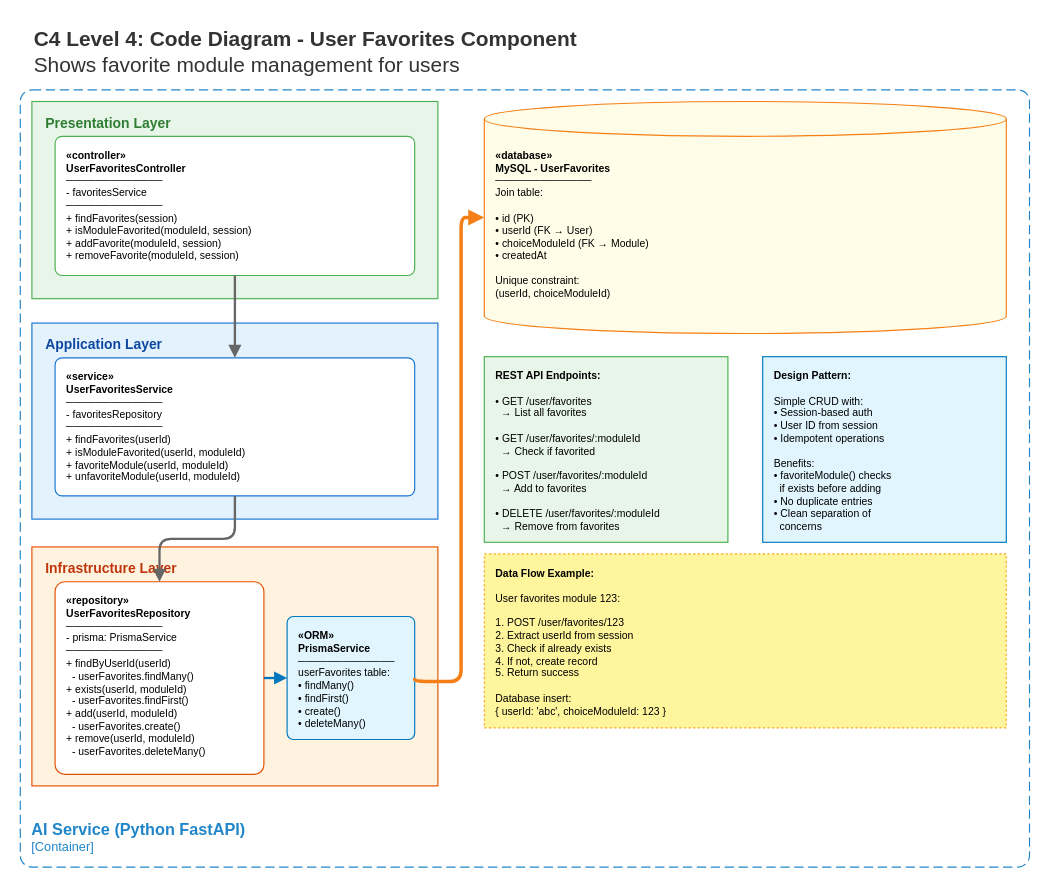
Before: page "User Favorites" (4 of 7) of C4-Model/Level 4.drawio in CompassGPT/Documentation, a draw.io diagram. Source tidied: cells renumbered, new cells numbered last; positions are measured from the earlier drawing's top-left corner, leaving out a move shared by most shapes. Both pictures are drawn from the tidied source at 116%, with x=0, y=0 at pixel (20, 20).
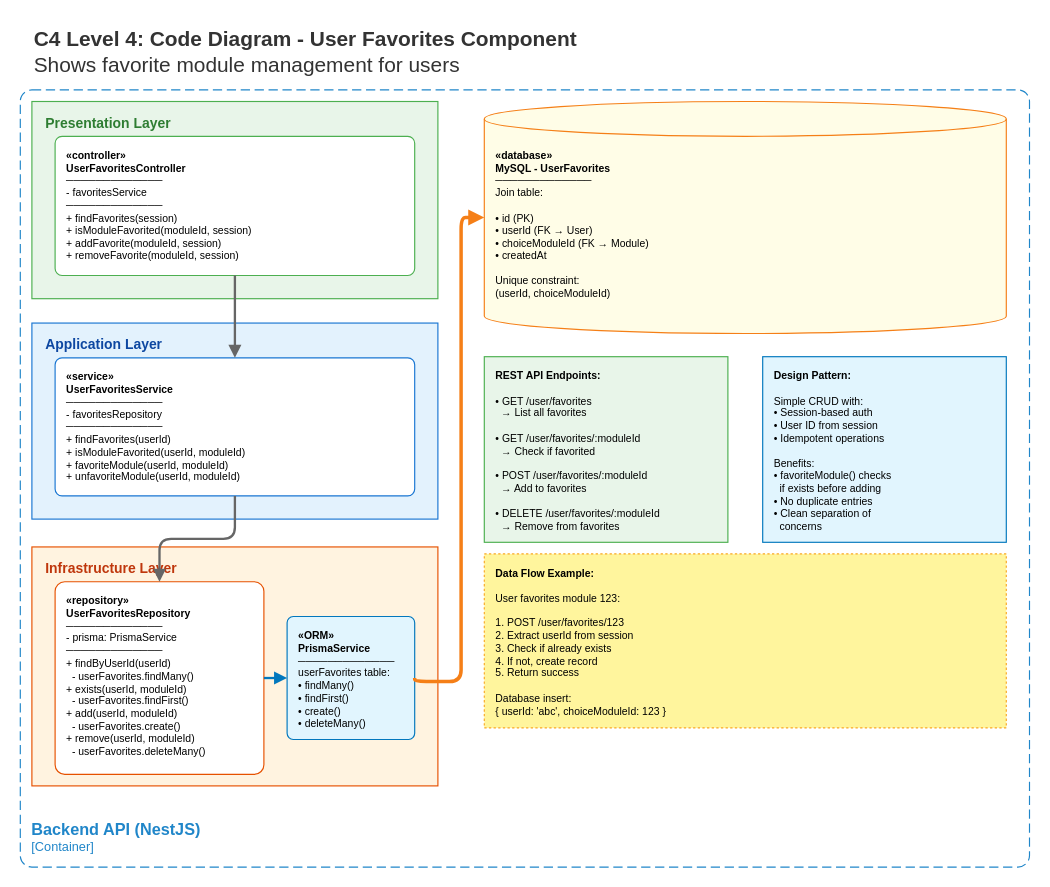
Above is the later version.

Commit message (it also covers changes not shown here):
Update labels for Backend API (NestJS) in Level 4 diagram for consistency

What changed in the source:
```diff
@@
-    <mxCell id="18" value="&lt;font style=&quot;font-size: 14px&quot;&gt;&lt;b&gt;&lt;div style=&quot;text-align: left&quot;&gt;AI Service (Python FastAPI)&lt;/div&gt;&lt;/b&gt;&lt;/font&gt;&lt;div style=&quot;text-align: left&quot;&gt;[Container]&lt;/div&gt;" style="rounded=1;fontSize=11;whiteSpace=wrap;html=1;dashed=1;arcSize=20;fillColor=none;strokeColor=#2086C9;fontColor=#2086C9;labelBackgroundColor=none;align=left;verticalAlign=bottom;labelBorderColor=none;spacingTop=0;spacing=10;dashPattern=8 4;perimeter=rectanglePerimeter;noLabel=0;labelPadding=0;absoluteArcSize=1;" parent="1" vertex="1">
+    <mxCell id="18" value="&lt;font style=&quot;font-size: 14px&quot;&gt;&lt;b&gt;&lt;div style=&quot;text-align: left&quot;&gt;Backend API (NestJS)&lt;/div&gt;&lt;/b&gt;&lt;/font&gt;&lt;div style=&quot;text-align: left&quot;&gt;[Container]&lt;/div&gt;" style="rounded=1;fontSize=11;whiteSpace=wrap;html=1;dashed=1;arcSize=20;fillColor=none;strokeColor=#2086C9;fontColor=#2086C9;labelBackgroundColor=none;align=left;verticalAlign=bottom;labelBorderColor=none;spacingTop=0;spacing=10;dashPattern=8 4;perimeter=rectanglePerimeter;noLabel=0;labelPadding=0;absoluteArcSize=1;" parent="1" vertex="1">
       <mxGeometry y="60" width="870" height="670" as="geometry" />
     </mxCell>
```
